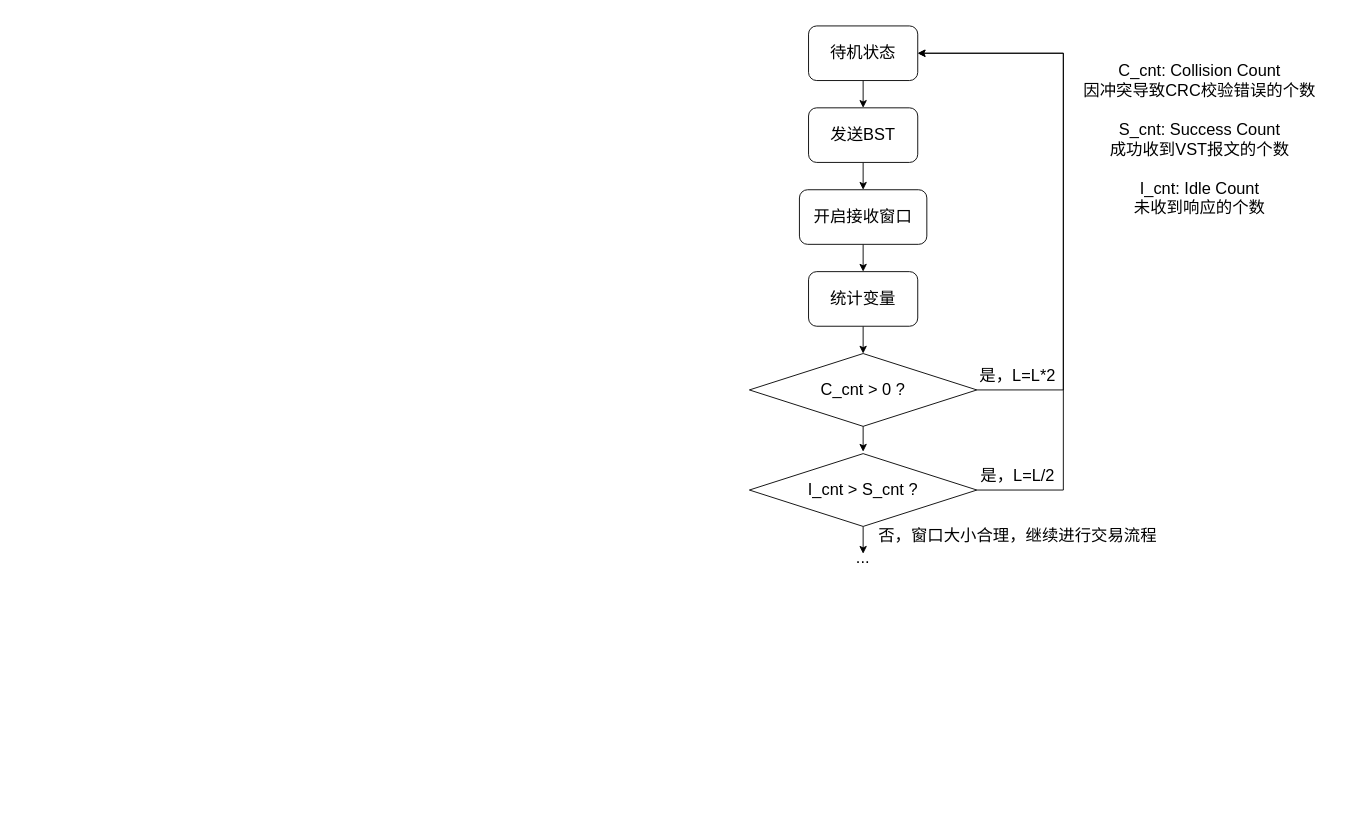
Earlier version of the draw.io diagram ugthesis.drawio (PrimedErwin/hello-world). Source tidied: cells renumbered, new cells numbered last; positions are measured from the earlier drawing's top-left corner, leaving out a move shared by most shapes. Both pictures are drawn from the tidied source at 91%, with x=0, y=0 at pixel (749, 25).
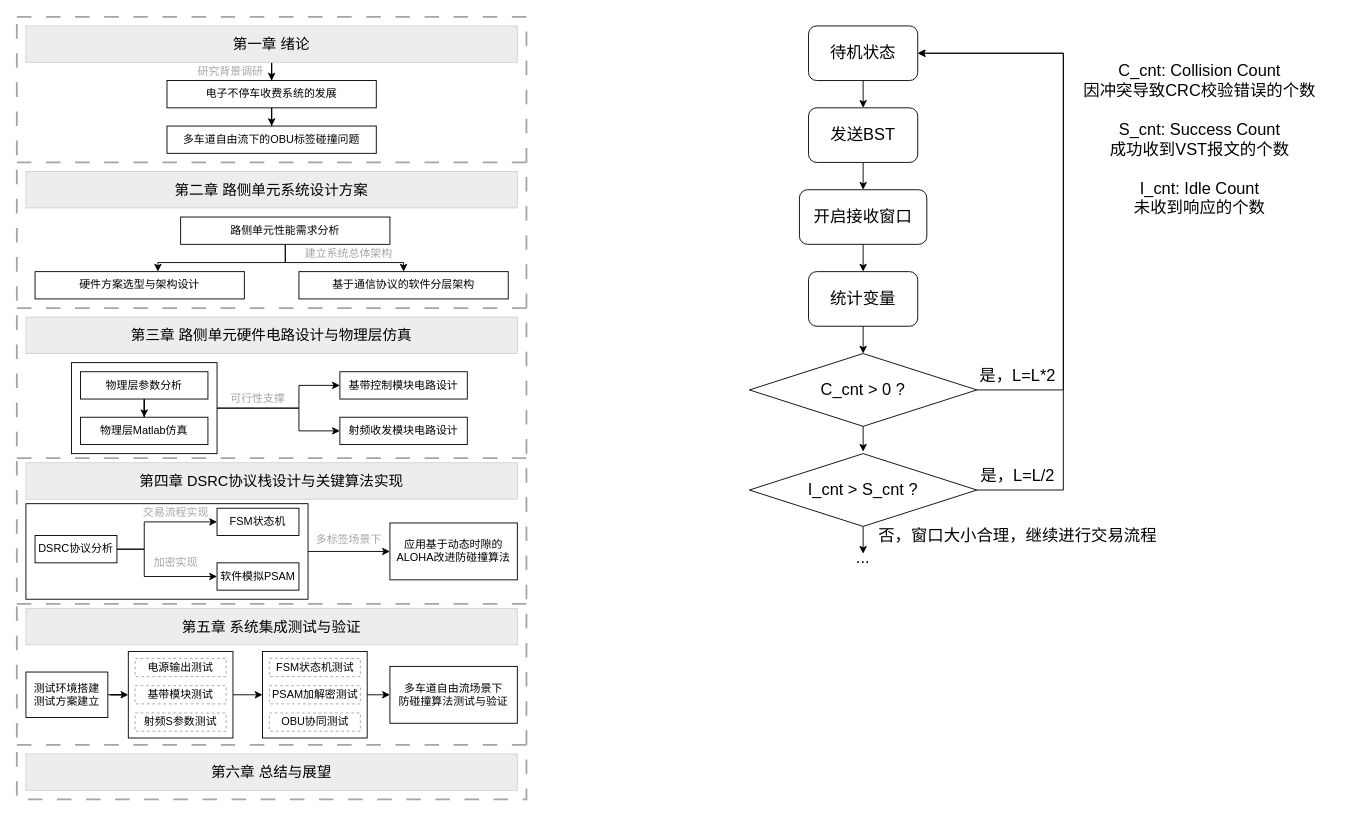
The same diagram, later.

The edit, as a diff of the source:
```diff
@@
+    <mxCell id="21" style="rounded=0;whiteSpace=wrap;html=1;fillColor=none;dashed=1;dashPattern=8 8;strokeColor=#A5A5A5;strokeWidth=2;perimeterSpacing=0;" parent="1" vertex="1">
+      <mxGeometry x="-805" y="-10" width="560" height="860" as="geometry" />
+    </mxCell>
+    <mxCell id="22" style="edgeStyle=orthogonalEdgeStyle;rounded=0;jettySize=auto;html=1;exitX=1;exitY=0.5;exitDx=0;exitDy=0;entryX=0;entryY=0.5;entryDx=0;entryDy=0;" parent="1" edge="1" source="23" target="67">
+      <mxGeometry relative="1" as="geometry" />
+    </mxCell>
+    <mxCell id="23" style="rounded=0;whiteSpace=wrap;html=1;fillColor=none;" parent="1" vertex="1">
+      <mxGeometry x="-682.5" y="687.5" width="115" height="95" as="geometry" />
+    </mxCell>
+    <mxCell id="24" style="rounded=0;whiteSpace=wrap;html=1;fillColor=none;" parent="1" vertex="1">
+      <mxGeometry x="-745" y="370" width="160" height="100" as="geometry" />
+    </mxCell>
+    <mxCell id="25" style="rounded=0;whiteSpace=wrap;html=1;fillColor=none;" parent="1" vertex="1">
+      <mxGeometry x="-795" y="525" width="310" height="105" as="geometry" />
+    </mxCell>
@@
+    <mxCell id="26" style="edgeStyle=orthogonalEdgeStyle;rounded=0;jettySize=auto;html=1;" parent="1" edge="1" source="27" target="35">
+      <mxGeometry relative="1" as="geometry" />
+    </mxCell>
+    <mxCell id="27" value="&lt;font style=&quot;font-size: 16px;&quot;&gt;第一章 绪论&lt;/font&gt;" style="rounded=0;whiteSpace=wrap;html=1;fillColor=light-dark(#EDEDED,#EDEDED);strokeColor=light-dark(#D2D2D2,#D2D2D2);" parent="1" vertex="1">
+      <mxGeometry x="-795" width="540" height="40" as="geometry" />
+    </mxCell>
+    <mxCell id="28" value="&lt;font style=&quot;font-size: 16px;&quot;&gt;第二章 路侧单元系统设计方案&lt;/font&gt;" style="rounded=0;whiteSpace=wrap;html=1;fillColor=light-dark(#EDEDED,#EDEDED);strokeColor=light-dark(#D2D2D2,#D2D2D2);" parent="1" vertex="1">
+      <mxGeometry x="-795" y="160" width="540" height="40" as="geometry" />
+    </mxCell>
+    <mxCell id="29" value="&lt;font style=&quot;font-size: 16px;&quot;&gt;第三章 路侧单元硬件电路设计与物理层仿真&lt;/font&gt;" style="rounded=0;whiteSpace=wrap;html=1;fillColor=light-dark(#EDEDED,#EDEDED);strokeColor=light-dark(#D2D2D2,#D2D2D2);" parent="1" vertex="1">
+      <mxGeometry x="-795" y="320" width="540" height="40" as="geometry" />
+    </mxCell>
+    <mxCell id="30" value="&lt;font style=&quot;font-size: 16px;&quot;&gt;第四章 DSRC协议栈设计与关键算法实现&lt;/font&gt;" style="rounded=0;whiteSpace=wrap;html=1;fillColor=light-dark(#EDEDED,#EDEDED);strokeColor=light-dark(#D2D2D2,#D2D2D2);" parent="1" vertex="1">
+      <mxGeometry x="-795" y="480" width="540" height="40" as="geometry" />
+    </mxCell>
+    <mxCell id="31" value="&lt;font style=&quot;font-size: 16px;&quot;&gt;第五章 系统集成测试与验证&lt;/font&gt;" style="rounded=0;whiteSpace=wrap;html=1;fillColor=light-dark(#EDEDED,#EDEDED);strokeColor=light-dark(#D2D2D2,#D2D2D2);" parent="1" vertex="1">
+      <mxGeometry x="-795" y="640" width="540" height="40" as="geometry" />
+    </mxCell>
+    <mxCell id="32" value="&lt;font style=&quot;font-size: 16px;&quot;&gt;第六章 总结与展望&lt;/font&gt;" style="rounded=0;whiteSpace=wrap;html=1;fillColor=light-dark(#EDEDED,#EDEDED);strokeColor=light-dark(#D2D2D2,#D2D2D2);" parent="1" vertex="1">
+      <mxGeometry x="-795" y="800" width="540" height="40" as="geometry" />
+    </mxCell>
+    <mxCell id="33" value="多车道自由流下的OBU标签碰撞问题" style="rounded=0;whiteSpace=wrap;html=1;" parent="1" vertex="1">
+      <mxGeometry x="-640" y="110" width="230" height="30" as="geometry" />
+    </mxCell>
+    <mxCell id="34" style="edgeStyle=orthogonalEdgeStyle;rounded=0;jettySize=auto;html=1;" parent="1" edge="1" source="35" target="33">
+      <mxGeometry relative="1" as="geometry" />
+    </mxCell>
+    <mxCell id="35" value="电子不停车收费系统的发展" style="rounded=0;whiteSpace=wrap;html=1;" parent="1" vertex="1">
+      <mxGeometry x="-640" y="60" width="230" height="30" as="geometry" />
+    </mxCell>
+    <mxCell id="36" value="研究背景调研" style="text;html=1;whiteSpace=wrap;strokeColor=none;fillColor=none;align=center;verticalAlign=middle;rounded=0;fontColor=light-dark(#A5A5A5,#A5A5A5);" parent="1" vertex="1">
+      <mxGeometry x="-625" y="40" width="110" height="20" as="geometry" />
+    </mxCell>
+    <mxCell id="37" style="edgeStyle=orthogonalEdgeStyle;rounded=0;jettySize=auto;html=1;" parent="1" edge="1" source="39" target="41">
+      <mxGeometry relative="1" as="geometry" />
+    </mxCell>
+    <mxCell id="38" style="edgeStyle=orthogonalEdgeStyle;rounded=0;jettySize=auto;html=1;" parent="1" edge="1" source="39" target="40">
+      <mxGeometry relative="1" as="geometry">
+        <Array as="points">
+          <mxPoint x="-510" y="260" />
+          <mxPoint x="-650" y="260" />
+        </Array>
+      </mxGeometry>
+    </mxCell>
+    <mxCell id="39" value="路侧单元性能需求分析" style="rounded=0;whiteSpace=wrap;html=1;" parent="1" vertex="1">
+      <mxGeometry x="-625" y="210" width="230" height="30" as="geometry" />
+    </mxCell>
+    <mxCell id="40" value="硬件方案选型与架构设计" style="rounded=0;whiteSpace=wrap;html=1;" parent="1" vertex="1">
+      <mxGeometry x="-785" y="270" width="230" height="30" as="geometry" />
+    </mxCell>
+    <mxCell id="41" value="基于通信协议的软件分层架构" style="rounded=0;whiteSpace=wrap;html=1;" parent="1" vertex="1">
+      <mxGeometry x="-495" y="270" width="230" height="30" as="geometry" />
+    </mxCell>
+    <mxCell id="42" value="建立系统总体架构" style="text;html=1;whiteSpace=wrap;strokeColor=none;fillColor=none;align=center;verticalAlign=middle;rounded=0;fontColor=light-dark(#A5A5A5,#A5A5A5);" parent="1" vertex="1">
+      <mxGeometry x="-495" y="240" width="110" height="20" as="geometry" />
+    </mxCell>
+    <mxCell id="43" style="edgeStyle=orthogonalEdgeStyle;rounded=0;jettySize=auto;html=1;" parent="1" edge="1" source="44" target="45">
+      <mxGeometry relative="1" as="geometry" />
+    </mxCell>
+    <mxCell id="44" value="物理层参数分析" style="rounded=0;whiteSpace=wrap;html=1;" parent="1" vertex="1">
+      <mxGeometry x="-735" y="380" width="140" height="30" as="geometry" />
+    </mxCell>
+    <mxCell id="45" value="物理层Matlab仿真" style="rounded=0;whiteSpace=wrap;html=1;" parent="1" vertex="1">
+      <mxGeometry x="-735" y="430" width="140" height="30" as="geometry" />
+    </mxCell>
+    <mxCell id="46" style="edgeStyle=orthogonalEdgeStyle;rounded=0;jettySize=auto;html=1;entryX=0;entryY=0.5;entryDx=0;entryDy=0;" parent="1" edge="1" source="24" target="49">
+      <mxGeometry relative="1" as="geometry">
+        <Array as="points">
+          <mxPoint x="-495" y="420" />
+          <mxPoint x="-495" y="445" />
+        </Array>
+      </mxGeometry>
+    </mxCell>
+    <mxCell id="47" style="edgeStyle=orthogonalEdgeStyle;rounded=0;jettySize=auto;html=1;entryX=0;entryY=0.5;entryDx=0;entryDy=0;" parent="1" edge="1" source="24" target="48">
+      <mxGeometry relative="1" as="geometry">
+        <Array as="points">
+          <mxPoint x="-495" y="420" />
+          <mxPoint x="-495" y="395" />
+        </Array>
+      </mxGeometry>
+    </mxCell>
+    <mxCell id="48" value="基带控制模块电路设计" style="rounded=0;whiteSpace=wrap;html=1;" parent="1" vertex="1">
+      <mxGeometry x="-450" y="380" width="140" height="30" as="geometry" />
+    </mxCell>
+    <mxCell id="49" value="射频收发模块电路设计" style="rounded=0;whiteSpace=wrap;html=1;" parent="1" vertex="1">
+      <mxGeometry x="-450" y="430" width="140" height="30" as="geometry" />
+    </mxCell>
+    <mxCell id="50" value="可行性支撑" style="text;html=1;whiteSpace=wrap;strokeColor=none;fillColor=none;align=center;verticalAlign=middle;rounded=0;fontColor=light-dark(#A5A5A5,#A5A5A5);" parent="1" vertex="1">
+      <mxGeometry x="-595" y="400" width="110" height="20" as="geometry" />
+    </mxCell>
+    <mxCell id="51" style="edgeStyle=orthogonalEdgeStyle;rounded=0;jettySize=auto;html=1;exitX=1;exitY=0.5;exitDx=0;exitDy=0;entryX=0;entryY=0.5;entryDx=0;entryDy=0;" parent="1" edge="1" source="53" target="54">
+      <mxGeometry relative="1" as="geometry">
+        <Array as="points">
+          <mxPoint x="-665" y="575" />
+          <mxPoint x="-665" y="545" />
+        </Array>
+      </mxGeometry>
+    </mxCell>
+    <mxCell id="52" style="edgeStyle=orthogonalEdgeStyle;rounded=0;jettySize=auto;html=1;entryX=0;entryY=0.5;entryDx=0;entryDy=0;" parent="1" edge="1" source="53" target="55">
+      <mxGeometry relative="1" as="geometry">
+        <Array as="points">
+          <mxPoint x="-665" y="575" />
+          <mxPoint x="-665" y="605" />
+        </Array>
+      </mxGeometry>
+    </mxCell>
+    <mxCell id="53" value="DSRC协议分析" style="rounded=0;whiteSpace=wrap;html=1;" parent="1" vertex="1">
+      <mxGeometry x="-785" y="560" width="90" height="30" as="geometry" />
+    </mxCell>
+    <mxCell id="54" value="FSM状态机" style="rounded=0;whiteSpace=wrap;html=1;" parent="1" vertex="1">
+      <mxGeometry x="-585" y="530" width="90" height="30" as="geometry" />
+    </mxCell>
+    <mxCell id="55" value="软件模拟PSAM" style="rounded=0;whiteSpace=wrap;html=1;" parent="1" vertex="1">
+      <mxGeometry x="-585" y="590" width="90" height="30" as="geometry" />
+    </mxCell>
+    <mxCell id="56" value="交易流程实现" style="text;html=1;whiteSpace=wrap;strokeColor=none;fillColor=none;align=center;verticalAlign=middle;rounded=0;fontColor=light-dark(#A5A5A5,#A5A5A5);" parent="1" vertex="1">
+      <mxGeometry x="-685" y="525" width="110" height="20" as="geometry" />
+    </mxCell>
+    <mxCell id="57" value="加密实现" style="text;html=1;whiteSpace=wrap;strokeColor=none;fillColor=none;align=center;verticalAlign=middle;rounded=0;fontColor=light-dark(#A5A5A5,#A5A5A5);" parent="1" vertex="1">
+      <mxGeometry x="-685" y="580" width="110" height="20" as="geometry" />
+    </mxCell>
+    <mxCell id="58" style="edgeStyle=orthogonalEdgeStyle;rounded=0;jettySize=auto;html=1;" parent="1" edge="1" source="25" target="60">
+      <mxGeometry relative="1" as="geometry" />
+    </mxCell>
+    <mxCell id="59" value="多标签场景下" style="text;html=1;whiteSpace=wrap;strokeColor=none;fillColor=none;align=center;verticalAlign=middle;rounded=0;fontColor=light-dark(#A5A5A5,#A5A5A5);" parent="1" vertex="1">
+      <mxGeometry x="-495" y="555" width="110" height="20" as="geometry" />
+    </mxCell>
+    <mxCell id="60" value="应用基于动态时隙的ALOHA改进防碰撞算法" style="rounded=0;whiteSpace=wrap;html=1;" parent="1" vertex="1">
+      <mxGeometry x="-395" y="546.2" width="140" height="62.5" as="geometry" />
+    </mxCell>
+    <mxCell id="61" style="edgeStyle=orthogonalEdgeStyle;rounded=0;jettySize=auto;html=1;entryX=0;entryY=0.5;entryDx=0;entryDy=0;" parent="1" edge="1" source="62" target="23">
+      <mxGeometry relative="1" as="geometry" />
+    </mxCell>
+    <mxCell id="62" value="测试环境搭建&lt;div&gt;测试方案建立&lt;/div&gt;" style="rounded=0;whiteSpace=wrap;html=1;" parent="1" vertex="1">
+      <mxGeometry x="-795" y="710" width="90" height="50" as="geometry" />
+    </mxCell>
+    <mxCell id="63" value="电源输出测试" style="rounded=0;whiteSpace=wrap;html=1;dashed=1;strokeColor=#A5A5A5;" parent="1" vertex="1">
+      <mxGeometry x="-675" y="695" width="100" height="20" as="geometry" />
+    </mxCell>
+    <mxCell id="64" value="基带模块测试" style="rounded=0;whiteSpace=wrap;html=1;dashed=1;strokeColor=#A5A5A5;" parent="1" vertex="1">
+      <mxGeometry x="-675" y="725" width="100" height="20" as="geometry" />
+    </mxCell>
+    <mxCell id="65" value="射频S参数测试" style="rounded=0;whiteSpace=wrap;html=1;dashed=1;strokeColor=#A5A5A5;" parent="1" vertex="1">
+      <mxGeometry x="-675" y="755" width="100" height="20" as="geometry" />
+    </mxCell>
+    <mxCell id="66" style="edgeStyle=orthogonalEdgeStyle;rounded=0;jettySize=auto;html=1;entryX=0;entryY=0.5;entryDx=0;entryDy=0;" parent="1" edge="1" source="67" target="71">
+      <mxGeometry relative="1" as="geometry" />
+    </mxCell>
+    <mxCell id="67" style="rounded=0;whiteSpace=wrap;html=1;fillColor=none;" parent="1" vertex="1">
+      <mxGeometry x="-535" y="687.5" width="115" height="95" as="geometry" />
+    </mxCell>
+    <mxCell id="68" value="FSM状态机测试" style="rounded=0;whiteSpace=wrap;html=1;dashed=1;strokeColor=#A5A5A5;" parent="1" vertex="1">
+      <mxGeometry x="-527.5" y="695" width="100" height="20" as="geometry" />
+    </mxCell>
+    <mxCell id="69" value="PSAM加解密测试" style="rounded=0;whiteSpace=wrap;html=1;dashed=1;strokeColor=#A5A5A5;" parent="1" vertex="1">
+      <mxGeometry x="-527.5" y="725" width="100" height="20" as="geometry" />
+    </mxCell>
+    <mxCell id="70" value="OBU协同测试" style="rounded=0;whiteSpace=wrap;html=1;dashed=1;strokeColor=#A5A5A5;" parent="1" vertex="1">
+      <mxGeometry x="-527.5" y="755" width="100" height="20" as="geometry" />
+    </mxCell>
+    <mxCell id="71" value="多车道自由流场景下&lt;div&gt;防碰撞算法测试与验证&lt;/div&gt;" style="rounded=0;whiteSpace=wrap;html=1;" parent="1" vertex="1">
+      <mxGeometry x="-395" y="703.8" width="140" height="62.5" as="geometry" />
+    </mxCell>
+    <mxCell id="72" style="endArrow=none;dashed=1;html=1;rounded=0;dashPattern=8 8;strokeWidth=2;strokeColor=#A5A5A5;startSize=6;entryX=1;entryY=0.186;entryDx=0;entryDy=0;entryPerimeter=0;" parent="1" edge="1" target="21">
+      <mxGeometry relative="1" as="geometry">
+        <mxPoint x="-805" y="150" as="sourcePoint" />
+      </mxGeometry>
+    </mxCell>
+    <mxCell id="73" style="endArrow=none;dashed=1;html=1;rounded=0;dashPattern=8 8;strokeWidth=2;strokeColor=#A5A5A5;startSize=6;entryX=1;entryY=0.186;entryDx=0;entryDy=0;entryPerimeter=0;" parent="1" edge="1">
+      <mxGeometry relative="1" as="geometry">
+        <mxPoint x="-805" y="310" as="sourcePoint" />
+        <mxPoint x="-245" y="310" as="targetPoint" />
+      </mxGeometry>
+    </mxCell>
+    <mxCell id="74" style="endArrow=none;dashed=1;html=1;rounded=0;dashPattern=8 8;strokeWidth=2;strokeColor=#A5A5A5;startSize=6;entryX=1;entryY=0.186;entryDx=0;entryDy=0;entryPerimeter=0;" parent="1" edge="1">
+      <mxGeometry relative="1" as="geometry">
+        <mxPoint x="-805" y="475" as="sourcePoint" />
+        <mxPoint x="-245" y="475" as="targetPoint" />
+      </mxGeometry>
+    </mxCell>
+    <mxCell id="75" style="endArrow=none;dashed=1;html=1;rounded=0;dashPattern=8 8;strokeWidth=2;strokeColor=#A5A5A5;startSize=6;entryX=1;entryY=0.186;entryDx=0;entryDy=0;entryPerimeter=0;" parent="1" edge="1">
+      <mxGeometry relative="1" as="geometry">
+        <mxPoint x="-805" y="635" as="sourcePoint" />
+        <mxPoint x="-245" y="635" as="targetPoint" />
+      </mxGeometry>
+    </mxCell>
+    <mxCell id="76" style="endArrow=none;dashed=1;html=1;rounded=0;dashPattern=8 8;strokeWidth=2;strokeColor=#A5A5A5;startSize=6;entryX=1;entryY=0.186;entryDx=0;entryDy=0;entryPerimeter=0;" parent="1" edge="1">
+      <mxGeometry relative="1" as="geometry">
+        <mxPoint x="-805" y="790" as="sourcePoint" />
+        <mxPoint x="-245" y="790" as="targetPoint" />
+      </mxGeometry>
+    </mxCell>
```
